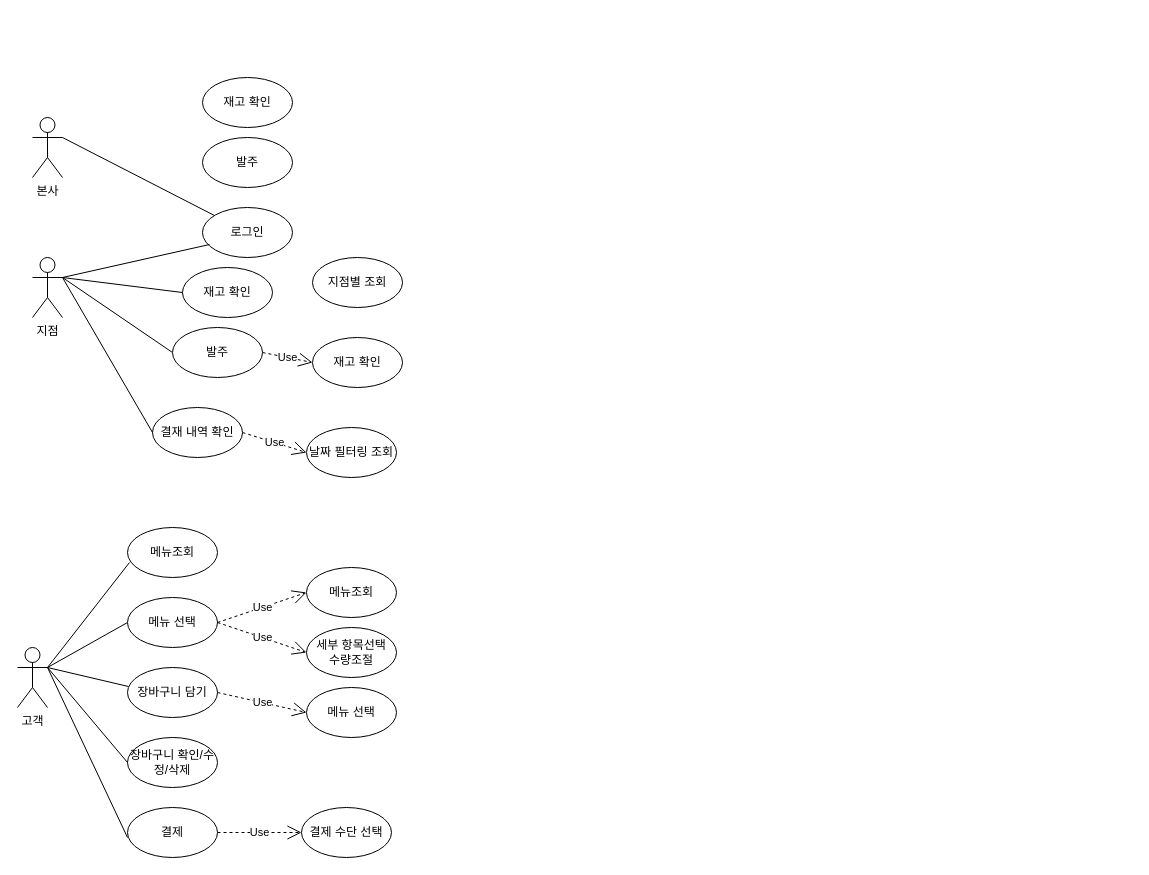
This is 제목 없는 다이어그램.drawio from soboru3426/kiosk_FE, a draw.io file, before an edit. Source tidied: cells renumbered, new cells numbered last; positions are measured from the earlier drawing's top-left corner, leaving out a move shared by most shapes. Both pictures are drawn from the tidied source at 100%, with x=0, y=0 at pixel (17, 77).
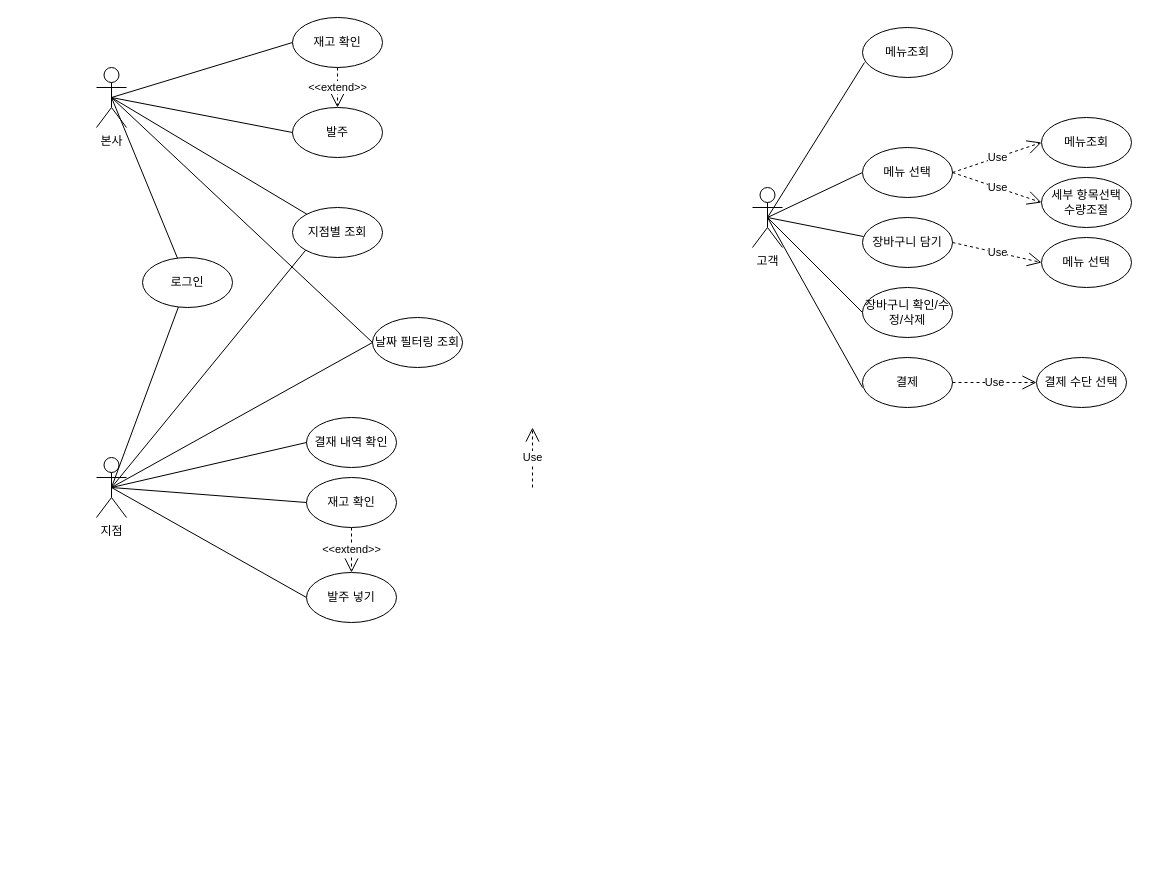
The same diagram, later.

What changed in the source:
```diff
@@
     <mxCell id="2" value="본사" style="shape=umlActor;verticalLabelPosition=bottom;verticalAlign=top;html=1;outlineConnect=0;" parent="1" vertex="1">
-      <mxGeometry x="15" y="40" width="30" height="60" as="geometry" />
+      <mxGeometry x="79" y="-10" width="30" height="60" as="geometry" />
     </mxCell>
     <mxCell id="3" value="지점" style="shape=umlActor;verticalLabelPosition=bottom;verticalAlign=top;html=1;outlineConnect=0;" parent="1" vertex="1">
-      <mxGeometry x="15" y="180" width="30" height="60" as="geometry" />
+      <mxGeometry x="79" y="380" width="30" height="60" as="geometry" />
     </mxCell>
     <mxCell id="4" value="고객" style="shape=umlActor;verticalLabelPosition=bottom;verticalAlign=top;html=1;outlineConnect=0;" parent="1" vertex="1">
-      <mxGeometry y="570" width="30" height="60" as="geometry" />
+      <mxGeometry x="735" y="110" width="30" height="60" as="geometry" />
     </mxCell>
     <mxCell id="5" value="로그인" style="ellipse;whiteSpace=wrap;html=1;" parent="1" vertex="1">
-      <mxGeometry x="185" y="130" width="90" height="50" as="geometry" />
+      <mxGeometry x="125" y="180" width="90" height="50" as="geometry" />
     </mxCell>
-    <mxCell id="6" style="endArrow=none;html=1;rounded=0;exitX=1;exitY=0.3333333333333333;exitDx=0;exitDy=0;exitPerimeter=0;" parent="1" edge="1" source="2" target="5">
+    <mxCell id="6" style="endArrow=none;html=1;rounded=0;exitX=0.5;exitY=0.5;exitDx=0;exitDy=0;exitPerimeter=0;" parent="1" edge="1" source="2" target="5">
       <mxGeometry relative="1" as="geometry" />
     </mxCell>
-    <mxCell id="7" style="endArrow=none;html=1;rounded=0;entryX=0.078;entryY=0.74;entryDx=0;entryDy=0;entryPerimeter=0;" parent="1" edge="1" target="5">
-      <mxGeometry relative="1" as="geometry">
-        <mxPoint x="45" y="200" as="sourcePoint" />
-      </mxGeometry>
+    <mxCell id="7" style="endArrow=none;html=1;rounded=0;exitX=0.5;exitY=0.5;exitDx=0;exitDy=0;exitPerimeter=0;" parent="1" edge="1" source="3" target="5">
+      <mxGeometry relative="1" as="geometry" />
     </mxCell>
     <mxCell id="8" value="메뉴조회" style="ellipse;whiteSpace=wrap;html=1;" parent="1" vertex="1">
-      <mxGeometry x="289" y="490" width="90" height="50" as="geometry" />
+      <mxGeometry x="1024" y="40" width="90" height="50" as="geometry" />
     </mxCell>
-    <mxCell id="9" style="endArrow=none;html=1;rounded=0;exitX=1;exitY=0.3333333333333333;exitDx=0;exitDy=0;entryX=0;entryY=0.5;entryDx=0;entryDy=0;exitPerimeter=0;" parent="1" edge="1" source="4" target="10">
+    <mxCell id="9" style="endArrow=none;html=1;rounded=0;exitX=0.5;exitY=0.5;exitDx=0;exitDy=0;entryX=0;entryY=0.5;entryDx=0;entryDy=0;exitPerimeter=0;" parent="1" edge="1" source="4" target="10">
       <mxGeometry relative="1" as="geometry" />
     </mxCell>
     <mxCell id="10" value="메뉴 선택" style="ellipse;whiteSpace=wrap;html=1;" parent="1" vertex="1">
-      <mxGeometry x="110" y="520" width="90" height="50" as="geometry" />
+      <mxGeometry x="845" y="70" width="90" height="50" as="geometry" />
     </mxCell>
     <mxCell id="11" value="세부 항목선택&lt;div&gt;수량조절&lt;/div&gt;" style="ellipse;whiteSpace=wrap;html=1;" parent="1" vertex="1">
-      <mxGeometry x="289" y="550" width="90" height="50" as="geometry" />
+      <mxGeometry x="1024" y="100" width="90" height="50" as="geometry" />
     </mxCell>
     <mxCell id="12" value="장바구니 담기" style="ellipse;whiteSpace=wrap;html=1;" parent="1" vertex="1">
-      <mxGeometry x="110" y="590" width="90" height="50" as="geometry" />
+      <mxGeometry x="845" y="140" width="90" height="50" as="geometry" />
     </mxCell>
     <mxCell id="13" value="결제" style="ellipse;whiteSpace=wrap;html=1;" parent="1" vertex="1">
-      <mxGeometry x="110" y="730" width="90" height="50" as="geometry" />
+      <mxGeometry x="845" y="280" width="90" height="50" as="geometry" />
     </mxCell>
     <mxCell id="14" value="결제 수단 선택" style="ellipse;whiteSpace=wrap;html=1;" parent="1" vertex="1">
-      <mxGeometry x="284" y="730" width="90" height="50" as="geometry" />
+      <mxGeometry x="1019" y="280" width="90" height="50" as="geometry" />
     </mxCell>
-    <mxCell id="15" style="endArrow=none;html=1;rounded=0;exitX=0;exitY=0.6;exitDx=0;exitDy=0;exitPerimeter=0;entryX=1;entryY=0.3333333333333333;entryDx=0;entryDy=0;entryPerimeter=0;" parent="1" edge="1" source="13" target="4">
+    <mxCell id="15" style="endArrow=none;html=1;rounded=0;exitX=0;exitY=0.6;exitDx=0;exitDy=0;exitPerimeter=0;entryX=0.5;entryY=0.5;entryDx=0;entryDy=0;entryPerimeter=0;" parent="1" edge="1" source="13" target="4">
       <mxGeometry relative="1" as="geometry" />
     </mxCell>
@@
     <mxCell id="18" value="메뉴조회" style="ellipse;whiteSpace=wrap;html=1;" parent="1" vertex="1">
-      <mxGeometry x="110" y="450" width="90" height="50" as="geometry" />
+      <mxGeometry x="845" y="-50" width="90" height="50" as="geometry" />
     </mxCell>
-    <mxCell id="19" style="endArrow=none;html=1;rounded=0;exitX=1;exitY=0.3333333333333333;exitDx=0;exitDy=0;entryX=0.022;entryY=0.7;entryDx=0;entryDy=0;exitPerimeter=0;entryPerimeter=0;" parent="1" edge="1" source="4" target="18">
+    <mxCell id="19" style="endArrow=none;html=1;rounded=0;exitX=0.5;exitY=0.5;exitDx=0;exitDy=0;entryX=0.022;entryY=0.7;entryDx=0;entryDy=0;exitPerimeter=0;entryPerimeter=0;" parent="1" edge="1" source="4" target="18">
       <mxGeometry relative="1" as="geometry" />
     </mxCell>
@@
-    <mxCell id="21" style="endArrow=none;html=1;rounded=0;entryX=0.011;entryY=0.38;entryDx=0;entryDy=0;entryPerimeter=0;exitX=1;exitY=0.3333333333333333;exitDx=0;exitDy=0;exitPerimeter=0;" parent="1" edge="1" source="4" target="12">
+    <mxCell id="21" style="endArrow=none;html=1;rounded=0;entryX=0.011;entryY=0.38;entryDx=0;entryDy=0;entryPerimeter=0;exitX=0.5;exitY=0.5;exitDx=0;exitDy=0;exitPerimeter=0;" parent="1" edge="1" source="4" target="12">
       <mxGeometry relative="1" as="geometry" />
     </mxCell>
     <mxCell id="22" value="메뉴 선택" style="ellipse;whiteSpace=wrap;html=1;" parent="1" vertex="1">
-      <mxGeometry x="289" y="610" width="90" height="50" as="geometry" />
+      <mxGeometry x="1024" y="160" width="90" height="50" as="geometry" />
     </mxCell>
@@
     <mxCell id="24" value="장바구니 확인/수정/삭제" style="ellipse;whiteSpace=wrap;html=1;" parent="1" vertex="1">
-      <mxGeometry x="110" y="660" width="90" height="50" as="geometry" />
+      <mxGeometry x="845" y="210" width="90" height="50" as="geometry" />
     </mxCell>
-    <mxCell id="25" style="endArrow=none;html=1;rounded=0;exitX=1;exitY=0.3333333333333333;exitDx=0;exitDy=0;exitPerimeter=0;entryX=0;entryY=0.5;entryDx=0;entryDy=0;" parent="1" edge="1" source="4" target="24">
+    <mxCell id="25" style="endArrow=none;html=1;rounded=0;entryX=0;entryY=0.5;entryDx=0;entryDy=0;exitX=0.5;exitY=0.5;exitDx=0;exitDy=0;exitPerimeter=0;" parent="1" edge="1" source="4" target="24">
       <mxGeometry relative="1" as="geometry" />
     </mxCell>
     <mxCell id="26" value="결재 내역 확인" style="ellipse;whiteSpace=wrap;html=1;" parent="1" vertex="1">
-      <mxGeometry x="135" y="330" width="90" height="50" as="geometry" />
+      <mxGeometry x="289" y="340" width="90" height="50" as="geometry" />
     </mxCell>
-    <mxCell id="27" value="재고 확인" style="ellipse;whiteSpace=wrap;html=1;" parent="1" vertex="1">
-      <mxGeometry x="295" y="260" width="90" height="50" as="geometry" />
-    </mxCell>
-    <mxCell id="28" value="Use" style="endArrow=open;endSize=12;dashed=1;html=1;rounded=0;entryX=0;entryY=0.5;entryDx=0;entryDy=0;exitX=1;exitY=0.5;exitDx=0;exitDy=0;" parent="1" edge="1" source="31" target="27">
-      <mxGeometry relative="1" as="geometry" />
+    <mxCell id="28" value="&amp;lt;&amp;lt;extend&amp;gt;&amp;gt;" style="endArrow=open;endSize=12;dashed=1;html=1;rounded=0;exitX=0.5;exitY=1;exitDx=0;exitDy=0;entryX=0.5;entryY=0;entryDx=0;entryDy=0;" parent="1" edge="1" source="37" target="31">
+      <mxGeometry x="-0.01" relative="1" as="geometry" />
     </mxCell>
-    <mxCell id="29" style="endArrow=none;html=1;rounded=0;exitX=1;exitY=0.3333333333333333;exitDx=0;exitDy=0;exitPerimeter=0;entryX=0;entryY=0.5;entryDx=0;entryDy=0;" parent="1" edge="1" source="3" target="31">
+    <mxCell id="29" style="endArrow=none;html=1;rounded=0;exitX=0.5;exitY=0.5;exitDx=0;exitDy=0;exitPerimeter=0;entryX=0;entryY=0.5;entryDx=0;entryDy=0;" parent="1" edge="1" source="3" target="31">
       <mxGeometry relative="1" as="geometry" />
     </mxCell>
-    <mxCell id="30" style="endArrow=none;html=1;rounded=0;exitX=1;exitY=0.3333333333333333;exitDx=0;exitDy=0;exitPerimeter=0;entryX=0;entryY=0.5;entryDx=0;entryDy=0;" parent="1" edge="1" source="3" target="26">
+    <mxCell id="30" style="endArrow=none;html=1;rounded=0;exitX=0.5;exitY=0.5;exitDx=0;exitDy=0;exitPerimeter=0;entryX=0;entryY=0.5;entryDx=0;entryDy=0;" parent="1" edge="1" source="3" target="26">
       <mxGeometry relative="1" as="geometry" />
     </mxCell>
-    <mxCell id="31" value="발주" style="ellipse;whiteSpace=wrap;html=1;" parent="1" vertex="1">
-      <mxGeometry x="155" y="250" width="90" height="50" as="geometry" />
+    <mxCell id="31" value="발주 넣기" style="ellipse;whiteSpace=wrap;html=1;" parent="1" vertex="1">
+      <mxGeometry x="289" y="495" width="90" height="50" as="geometry" />
     </mxCell>
     <mxCell id="32" value="지점별 조회" style="ellipse;whiteSpace=wrap;html=1;" parent="1" vertex="1">
-      <mxGeometry x="295" y="180" width="90" height="50" as="geometry" />
+      <mxGeometry x="275" y="130" width="90" height="50" as="geometry" />
     </mxCell>
     <mxCell id="33" value="날짜 필터링 조회" style="ellipse;whiteSpace=wrap;html=1;" parent="1" vertex="1">
-      <mxGeometry x="289" y="350" width="90" height="50" as="geometry" />
+      <mxGeometry x="355" y="240" width="90" height="50" as="geometry" />
     </mxCell>
-    <mxCell id="34" value="Use" style="endArrow=open;endSize=12;dashed=1;html=1;rounded=0;entryX=0;entryY=0.5;entryDx=0;entryDy=0;exitX=1;exitY=0.5;exitDx=0;exitDy=0;" parent="1" edge="1" source="26" target="33">
-      <mxGeometry relative="1" as="geometry" />
-    </mxCell>
     <mxCell id="35" value="발주" style="ellipse;whiteSpace=wrap;html=1;" parent="1" vertex="1">
-      <mxGeometry x="185" y="60" width="90" height="50" as="geometry" />
+      <mxGeometry x="275" y="30" width="90" height="50" as="geometry" />
     </mxCell>
     <mxCell id="36" value="재고 확인" style="ellipse;whiteSpace=wrap;html=1;" parent="1" vertex="1">
-      <mxGeometry x="185" width="90" height="50" as="geometry" />
+      <mxGeometry x="275" y="-60" width="90" height="50" as="geometry" />
     </mxCell>
     <mxCell id="37" value="재고 확인" style="ellipse;whiteSpace=wrap;html=1;" parent="1" vertex="1">
-      <mxGeometry x="165" y="190" width="90" height="50" as="geometry" />
+      <mxGeometry x="289" y="400" width="90" height="50" as="geometry" />
     </mxCell>
-    <mxCell id="38" style="endArrow=none;html=1;rounded=0;exitX=1;exitY=0.3333333333333333;exitDx=0;exitDy=0;exitPerimeter=0;entryX=0;entryY=0.5;entryDx=0;entryDy=0;" parent="1" edge="1" source="3" target="37">
+    <mxCell id="38" style="endArrow=none;html=1;rounded=0;exitX=0.5;exitY=0.5;exitDx=0;exitDy=0;exitPerimeter=0;entryX=0;entryY=0.5;entryDx=0;entryDy=0;" parent="1" edge="1" source="3" target="37">
       <mxGeometry relative="1" as="geometry" />
     </mxCell>
+    <mxCell id="39" style="endArrow=none;html=1;rounded=0;entryX=0;entryY=0.5;entryDx=0;entryDy=0;exitX=0.5;exitY=0.5;exitDx=0;exitDy=0;exitPerimeter=0;" parent="1" edge="1" source="3" target="33">
+      <mxGeometry relative="1" as="geometry" />
+    </mxCell>
+    <mxCell id="40" style="endArrow=none;html=1;rounded=0;entryX=0;entryY=0.5;entryDx=0;entryDy=0;exitX=0.5;exitY=0.5;exitDx=0;exitDy=0;exitPerimeter=0;" parent="1" edge="1" source="2" target="33">
+      <mxGeometry relative="1" as="geometry" />
+    </mxCell>
+    <mxCell id="41" style="endArrow=none;html=1;rounded=0;exitX=0.5;exitY=0.5;exitDx=0;exitDy=0;exitPerimeter=0;" parent="1" edge="1" source="2" target="32">
+      <mxGeometry relative="1" as="geometry" />
+    </mxCell>
+    <mxCell id="42" style="endArrow=none;html=1;rounded=0;entryX=0;entryY=1;entryDx=0;entryDy=0;exitX=0.5;exitY=0.5;exitDx=0;exitDy=0;exitPerimeter=0;" parent="1" edge="1" source="3" target="32">
+      <mxGeometry relative="1" as="geometry" />
+    </mxCell>
+    <mxCell id="34" value="Use" style="endArrow=open;endSize=12;dashed=1;html=1;rounded=0;" parent="1" edge="1">
+      <mxGeometry x="-0.01" relative="1" as="geometry">
+        <mxPoint x="515" y="410" as="sourcePoint" />
+        <mxPoint x="515" y="350" as="targetPoint" />
+      </mxGeometry>
+    </mxCell>
+    <mxCell id="43" style="endArrow=none;html=1;rounded=0;exitX=0.5;exitY=0.5;exitDx=0;exitDy=0;exitPerimeter=0;entryX=0;entryY=0.5;entryDx=0;entryDy=0;" parent="1" edge="1" source="2" target="35">
+      <mxGeometry relative="1" as="geometry" />
+    </mxCell>
+    <mxCell id="44" style="endArrow=none;html=1;rounded=0;exitX=0.5;exitY=0.5;exitDx=0;exitDy=0;exitPerimeter=0;entryX=0;entryY=0.5;entryDx=0;entryDy=0;" parent="1" edge="1" source="2" target="36">
+      <mxGeometry relative="1" as="geometry" />
+    </mxCell>
+    <mxCell id="45" value="&amp;lt;&amp;lt;extend&amp;gt;&amp;gt;" style="endArrow=open;endSize=12;dashed=1;html=1;rounded=0;entryX=0.5;entryY=0;entryDx=0;entryDy=0;exitX=0.5;exitY=1;exitDx=0;exitDy=0;" parent="1" edge="1" source="36" target="35">
+      <mxGeometry x="-0.01" relative="1" as="geometry" />
+    </mxCell>
```
